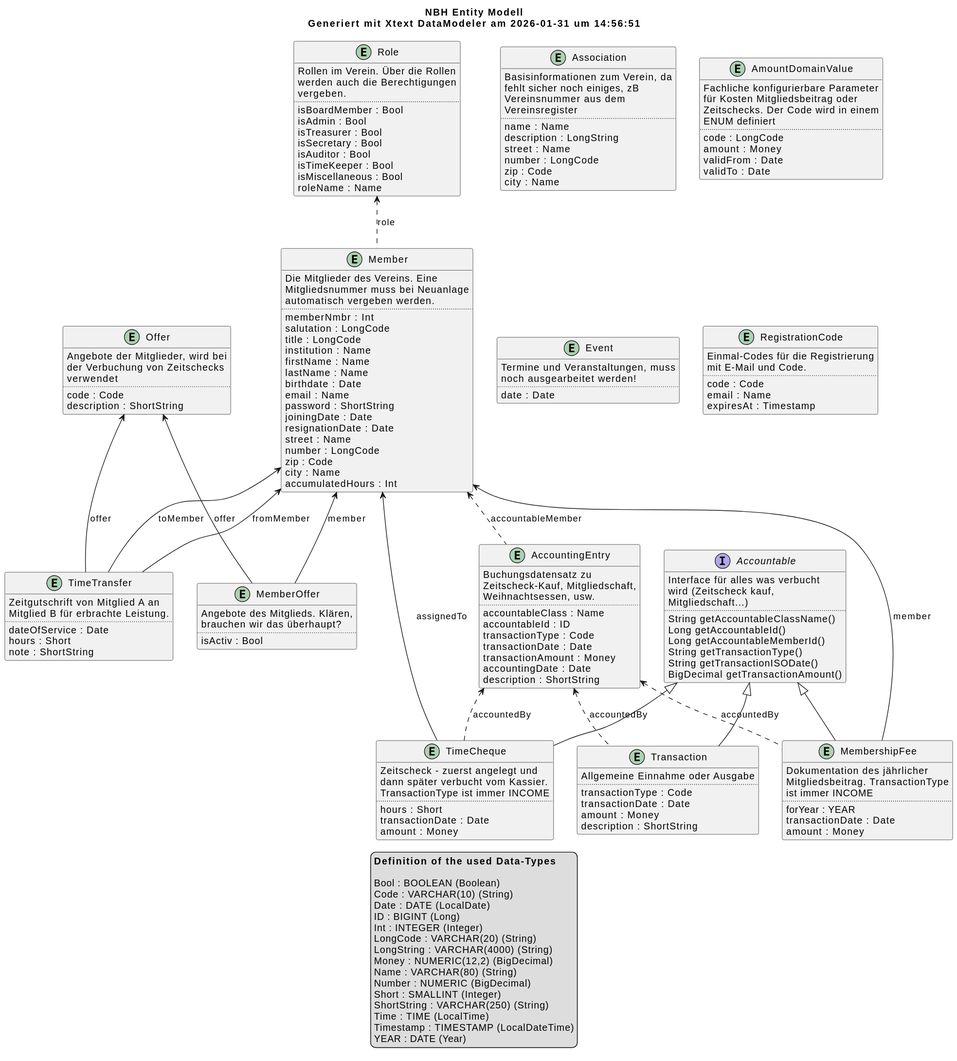
Earlier version of the PlantUML export NBH/NBH Entity Modell.svg (nabahilfe/NBHWebApp). The source it was exported from:
```plantuml
@startuml
title
NBH Entity Modell
Generiert mit Xtext DataModeler am 2026-01-31 um 14:56:51
endtitle

entity Association {
    Basisinformationen zum Verein, da
    fehlt sicher noch einiges, zB
    Vereinsnummer aus dem
    Vereinsregister
    ..
    {field} name : Name
    {field} description : LongString
    {field} street : Name
    {field} number : LongCode
    {field} zip : Code
    {field} city : Name
}
entity Offer {
    Angebote der Mitglieder, wird bei
    der Verbuchung von Zeitschecks
    verwendet
    ..
    {field} code : Code
    {field} description : ShortString
}
entity Role {
    Rollen im Verein. Über die Rollen
    werden auch die Berechtigungen
    vergeben.
    ..
    {field} isBoardMember : Bool
    {field} isAdmin : Bool
    {field} isTreasurer : Bool
    {field} isSecretary : Bool
    {field} isAuditor : Bool
    {field} isTimeKeeper : Bool
    {field} isMiscellaneous : Bool
    {field} roleName : Name
}
entity AmountDomainValue {
    Fachliche konfigurierbare Parameter
    für Kosten Mitgliedsbeitrag oder
    Zeitschecks. Der Code wird in einem
    ENUM definiert
    ..
    {field} code : LongCode
    {field} amount : Money
    {field} validFrom : Date
    {field} validTo : Date
}
entity Event {
    Termine und Veranstaltungen, muss
    noch ausgearbeitet werden!
    ..
    {field} date : Date
}
entity RegistrationCode {
    Einmal-Codes für die Registrierung
    mit E-Mail und Code.
    ..
    {field} code : Code
    {field} email : Name
    {field} expiresAt : Timestamp
}
entity Member {
    Die Mitglieder des Vereins. Eine
    Mitgliedsnummer muss bei Neuanlage
    automatisch vergeben werden.
    ..
    {field} memberNmbr : Int
    {field} salutation : LongCode
    {field} title : LongCode
    {field} institution : Name
    {field} firstName : Name
    {field} lastName : Name
    {field} birthdate : Date
    {field} email : Name
    {field} password : ShortString
    {field} joiningDate : Date
    {field} resignationDate : Date
    {field} street : Name
    {field} number : LongCode
    {field} zip : Code
    {field} city : Name
    {field} accumulatedHours : Int
}
entity MembershipFee {
    Dokumentation des jährlicher
    Mitgliedsbeitrag. TransactionType
    ist immer INCOME
    ..
    {field} forYear : YEAR
    {field} transactionDate : Date
    {field} amount : Money
}
entity MemberOffer {
    Angebote des Mitglieds. Klären,
    brauchen wir das überhaupt?
    ..
    {field} isActiv : Bool
}
entity TimeTransfer {
    Zeitgutschrift von Mitglied A an
    Mitglied B für erbrachte Leistung.
    ..
    {field} dateOfService : Date
    {field} hours : Short
    {field} note : ShortString
}
entity TimeCheque {
    Zeitscheck - zuerst angelegt und
    dann später verbucht vom Kassier.
    TransactionType ist immer INCOME
    ..
    {field} hours : Short
    {field} transactionDate : Date
    {field} amount : Money
}
entity AccountingEntry {
    Buchungsdatensatz zu
    Zeitscheck-Kauf, Mitgliedschaft,
    Weihnachtsessen, usw.
    ..
    {field} accountableClass : Name
    {field} accountableId : ID
    {field} transactionType : Code
    {field} transactionDate : Date
    {field} transactionAmount : Money
    {field} accountingDate : Date
    {field} description : ShortString
}
entity Transaction {
    Allgemeine Einnahme oder Ausgabe
    ..
    {field} transactionType : Code
    {field} transactionDate : Date
    {field} amount : Money
    {field} description : ShortString
}

interface Accountable {
    Interface für alles was verbucht
    wird (Zeitscheck kauf,
    Mitgliedschaft...)
    ..
    {method} String getAccountableClassName()
    {method} Long getAccountableId()
    {method} Long getAccountableMemberId()
    {method} String getTransactionType()
    {method} String getTransactionISODate()
    {method} BigDecimal getTransactionAmount()
}

Member .up.> Role : role
MembershipFee -up-> Member : member
MembershipFee .up.> AccountingEntry : accountedBy
MembershipFee -up-|> Accountable
MemberOffer -up-> Offer : offer
MemberOffer -up-> Member : member
TimeTransfer -up-> Offer : offer
TimeTransfer -up-> Member : fromMember
TimeTransfer -up-> Member : toMember
TimeCheque -up-> Member : assignedTo
TimeCheque .up.> AccountingEntry : accountedBy
TimeCheque -up-|> Accountable
AccountingEntry .up.> Member : accountableMember
Transaction .up.> AccountingEntry : accountedBy
Transaction -up-|> Accountable



legend
**Definition of the used Data-Types**

Bool : BOOLEAN (Boolean)
Code : VARCHAR(10) (String)
Date : DATE (LocalDate)
ID : BIGINT (Long)
Int : INTEGER (Integer)
LongCode : VARCHAR(20) (String)
LongString : VARCHAR(4000) (String)
Money : NUMERIC(12,2) (BigDecimal)
Name : VARCHAR(80) (String)
Number : NUMERIC (BigDecimal)
Short : SMALLINT (Integer)
ShortString : VARCHAR(250) (String)
Time : TIME (LocalTime)
Timestamp : TIMESTAMP (LocalDateTime)
YEAR : DATE (Year)
endlegend
@enduml
```
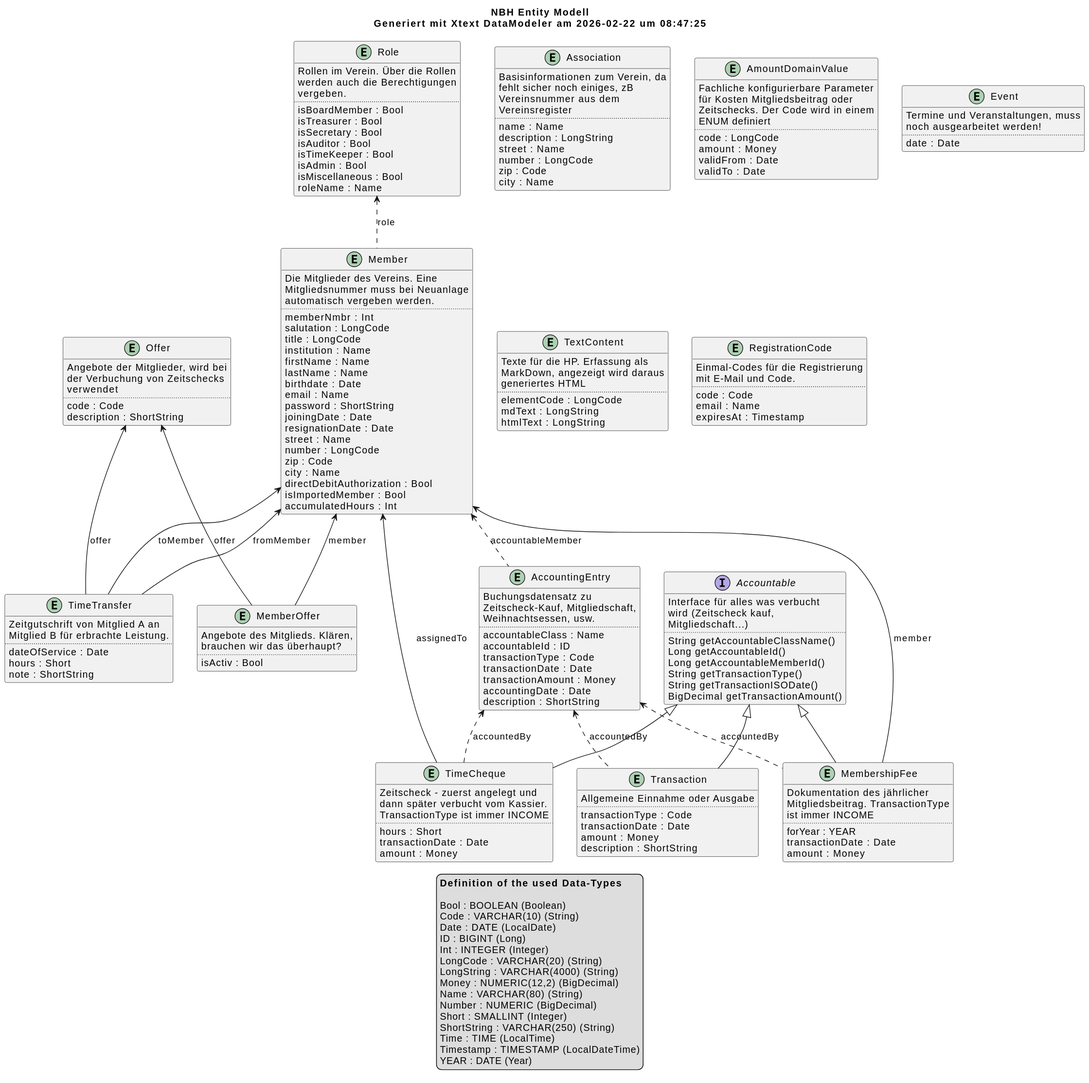
After the change.

Commit message:
docs: add warnings to SQL and update entity model diagram

Change to the diagram source:
```diff
@@ -1,7 +1,7 @@
 @startuml
 title
 NBH Entity Modell
-Generiert mit Xtext DataModeler am 2026-01-31 um 14:56:51
+Generiert mit Xtext DataModeler am 2026-02-22 um 08:47:25
 endtitle
 
 entity Association {
@@ -31,11 +31,11 @@
     vergeben.
     ..
     {field} isBoardMember : Bool
-    {field} isAdmin : Bool
     {field} isTreasurer : Bool
     {field} isSecretary : Bool
     {field} isAuditor : Bool
     {field} isTimeKeeper : Bool
+    {field} isAdmin : Bool
     {field} isMiscellaneous : Bool
     {field} roleName : Name
 }
@@ -55,6 +55,15 @@
     noch ausgearbeitet werden!
     ..
     {field} date : Date
+}
+entity TextContent {
+    Texte für die HP. Erfassung als
+    MarkDown, angezeigt wird daraus
+    generiertes HTML
+    ..
+    {field} elementCode : LongCode
+    {field} mdText : LongString
+    {field} htmlText : LongString
 }
 entity RegistrationCode {
     Einmal-Codes für die Registrierung
@@ -84,6 +93,8 @@
     {field} number : LongCode
     {field} zip : Code
     {field} city : Name
+    {field} directDebitAuthorization : Bool
+    {field} isImportedMember : Bool
     {field} accumulatedHours : Int
 }
 entity MembershipFee {
```
